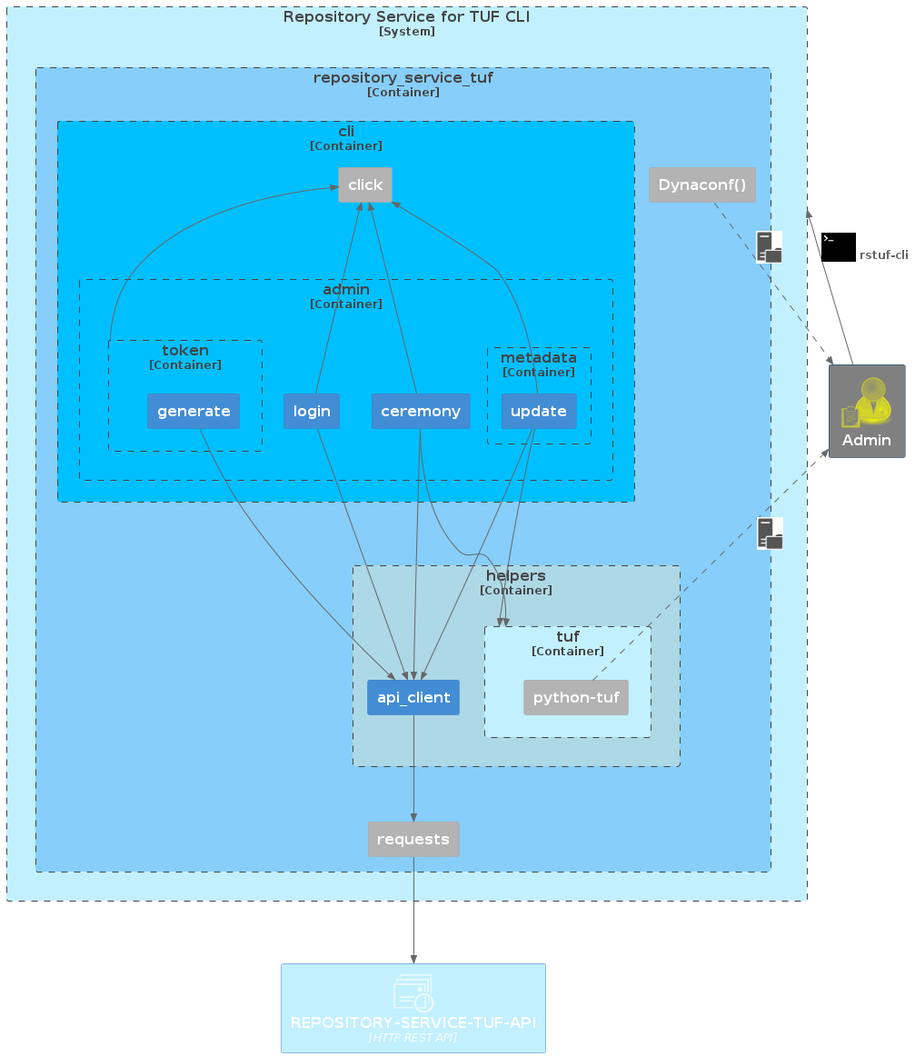
Earlier version of the PlantUML export docs/source/_static/repository-service-tuf-cli-C3.png (repository-service-tuf/repository-service-tuf).
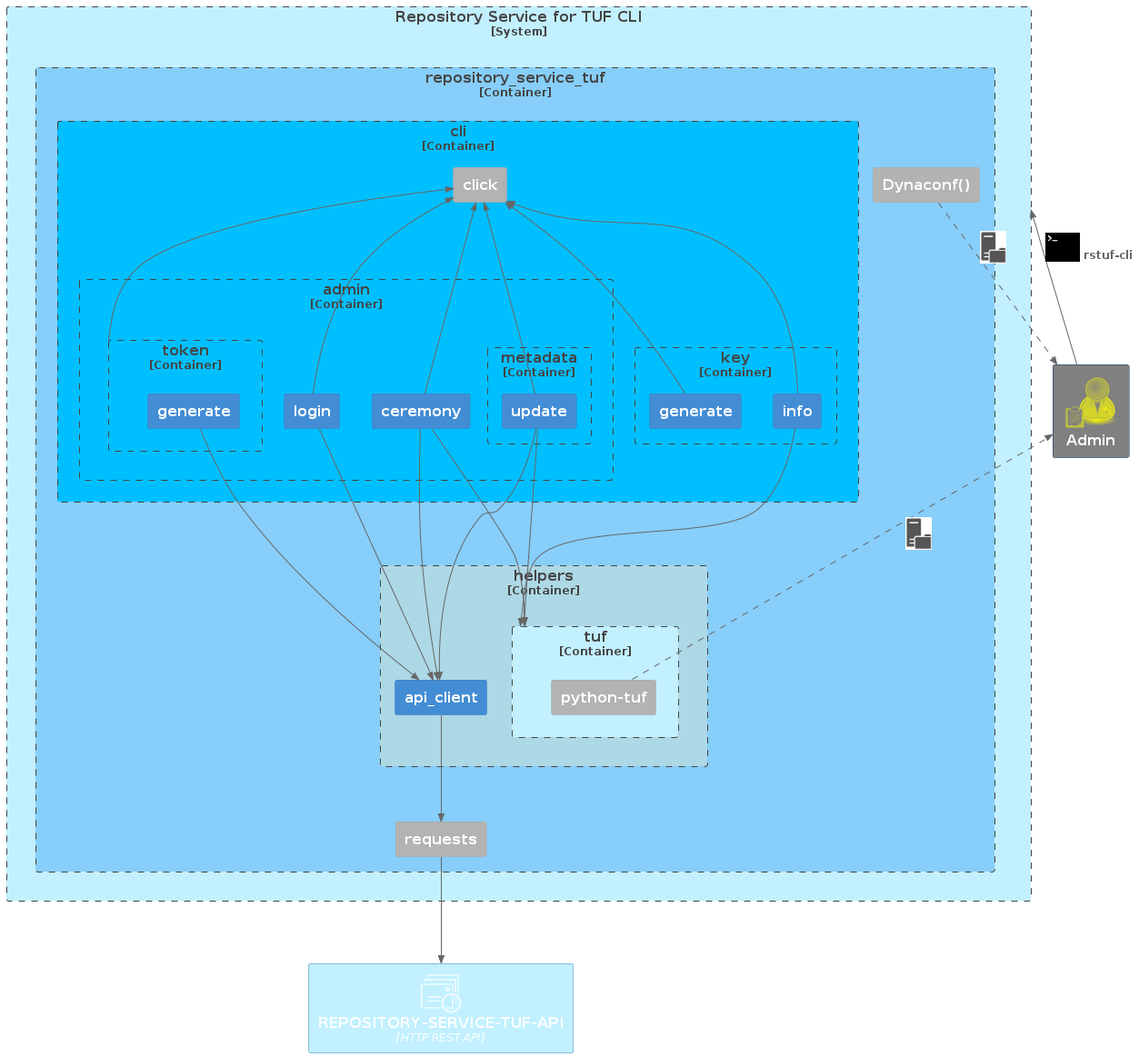
The same diagram one commit later.

Change to the diagram source:
```diff
@@ -54,6 +54,10 @@
                     Container(generate, "generate")
                 }
             }
+            Container_Boundary(key, "key") {
+                Container(key_generate, "generate")
+                Container(info, "info")
+            }
         }
         Container_Boundary(users, "helpers",) #LightBlue {
             Container(api_client, "api_client")
@@ -71,6 +75,7 @@
 Rel_R(user, trs_cli, "rstuf-cli", $tags="terminal")
 
 Rel(ceremony, tuf, " ")
+Rel(info, tuf, " ")
 Rel(ceremony, api_client, " ")
 Rel(update, tuf, " ")
 Rel(update, api_client, " ")
@@ -81,6 +86,8 @@
 Rel(dynaconf, user, " ", $tags="os")
 Rel(python_tuf, user, " ", $tags="os")
 Rel_U(ceremony, click, " ")
+Rel_U(key_generate, click, " ")
+Rel_U(info, click, " ")
 Rel_U(login, click, " ")
 Rel_U(update, click, " ")
 
```
